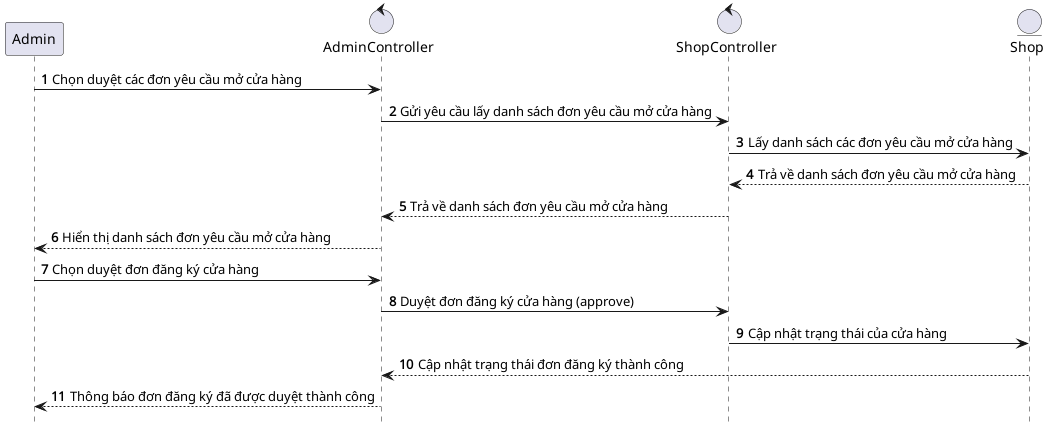
Before: client/out/uml/sequence/approveShopRegister/ApproveShopRequest.png, a diagram exported from PlantUML (tuandev1l/e-commerce-code).
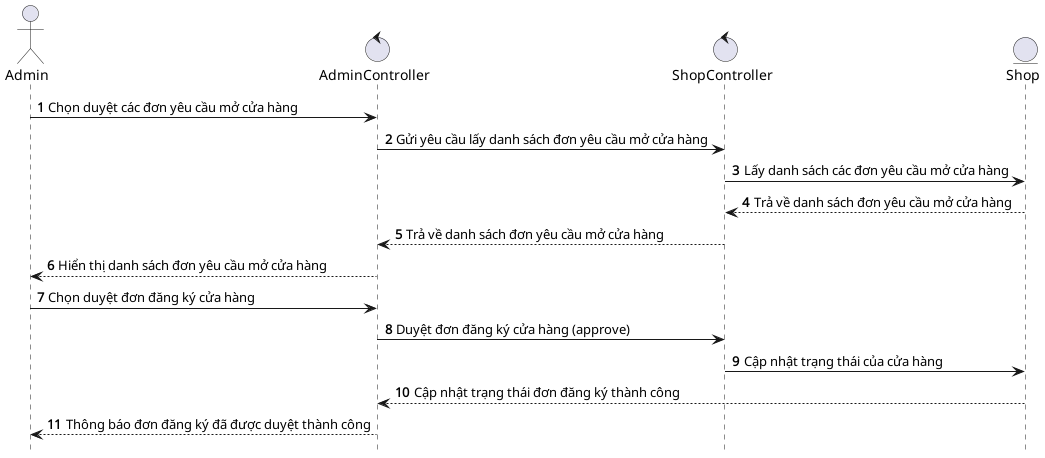
Later version of the same file.

Diff of the diagram source:
```diff
@@ -2,7 +2,7 @@
 
 hide footbox
 autonumber
-participant Admin as admin
+actor Admin as admin
 control "AdminController" as adminController
 control "ShopController" as shopController
 entity "Shop" as shopEntity
```
